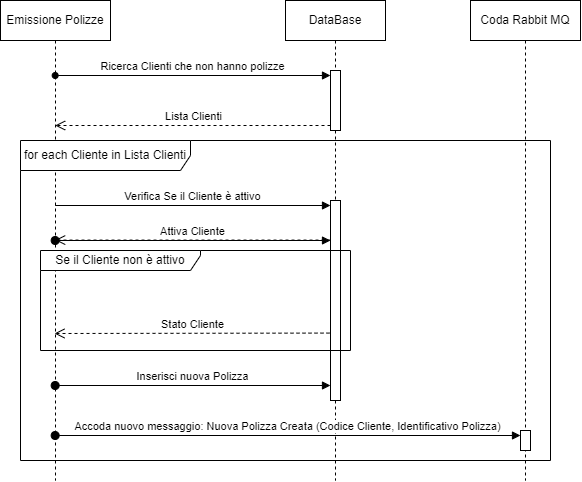
The draw.io diagram Documentazione/Tesi/Immagini/Architettura-Emissione Polizze.drawio.png in speaking-codes/QuickApp, before a commit. Source tidied: cells renumbered, new cells last; positions are measured from the earlier drawing's top-left corner, leaving out a move shared by most shapes.
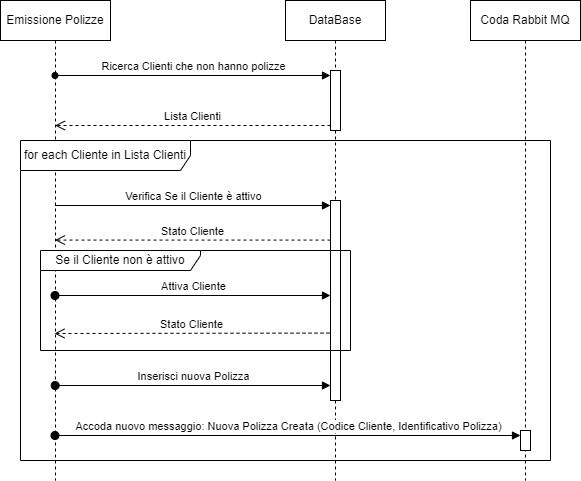
Later version of the same file.

The edit, as a diff of the source:
```diff
@@ -46,8 +46,11 @@
     <mxCell id="14" value="Se il Cliente non è attivo" style="shape=umlFrame;whiteSpace=wrap;html=1;width=160;height=20;" parent="1" vertex="1">
       <mxGeometry x="40" y="250" width="310" height="100" as="geometry" />
     </mxCell>
-    <mxCell id="15" value="Attiva Cliente" style="html=1;verticalAlign=bottom;startArrow=oval;startFill=1;endArrow=block;startSize=8;curved=0;rounded=0;" parent="1" edge="1" source="2" target="5">
-      <mxGeometry relative="1" as="geometry" />
+    <mxCell id="15" value="Attiva Cliente" style="html=1;verticalAlign=bottom;startArrow=oval;startFill=1;endArrow=block;startSize=8;curved=0;rounded=0;" parent="1" edge="1">
+      <mxGeometry relative="1" as="geometry">
+        <mxPoint x="54.5" y="295" as="sourcePoint" />
+        <mxPoint x="330" y="295" as="targetPoint" />
+      </mxGeometry>
     </mxCell>
     <mxCell id="16" value="Inserisci nuova Polizza" style="html=1;verticalAlign=bottom;startArrow=oval;startFill=1;endArrow=block;startSize=8;curved=0;rounded=0;" parent="1" edge="1">
       <mxGeometry relative="1" as="geometry">
```
